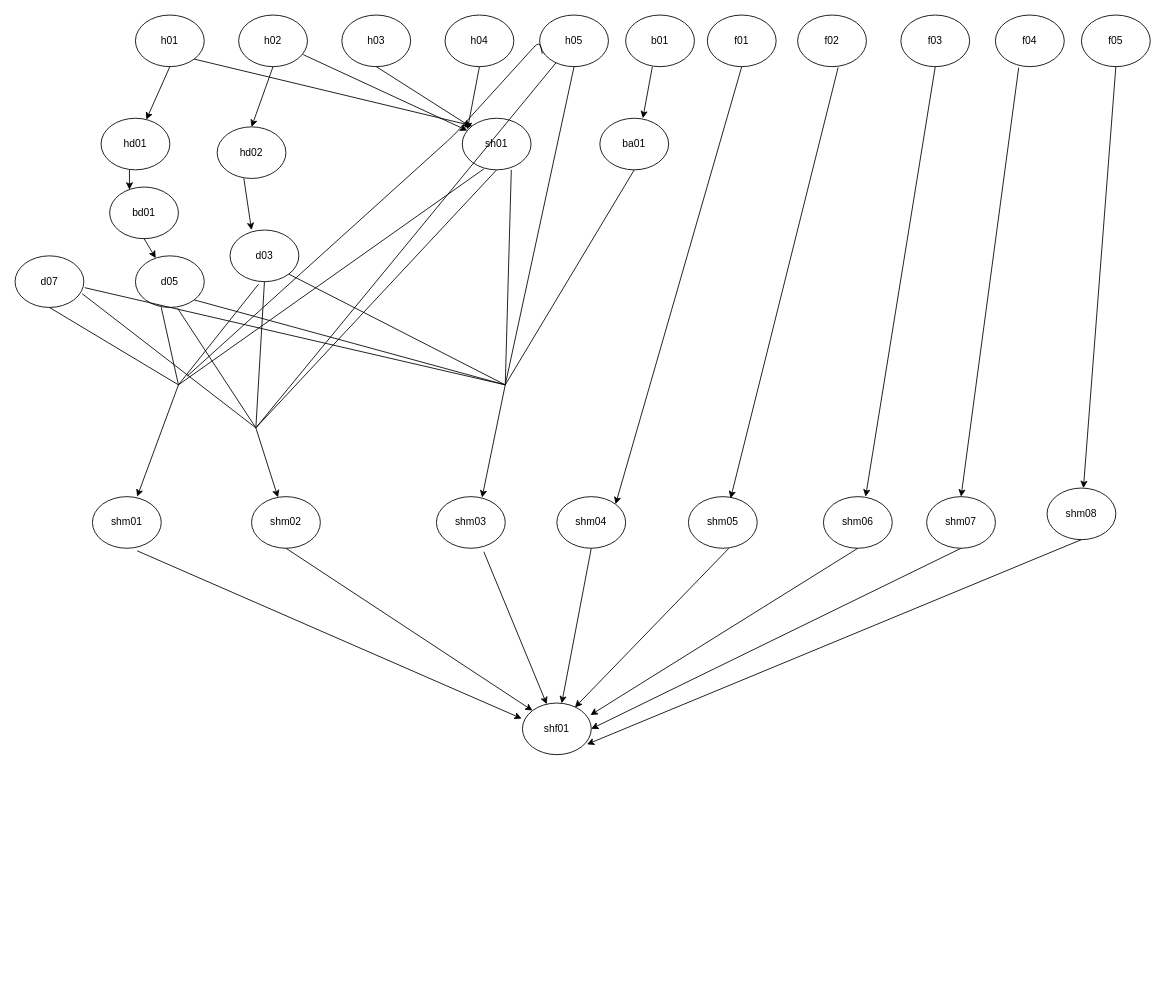
Before: tasktreenode.drawio in gebifeixiang/investment, a draw.io diagram. Source tidied: cells renumbered, new cells numbered last; positions are measured from the earlier drawing's top-left corner, leaving out a move shared by most shapes. Both pictures are drawn from the tidied source at 86%, with x=0, y=0 at pixel (15, 15).
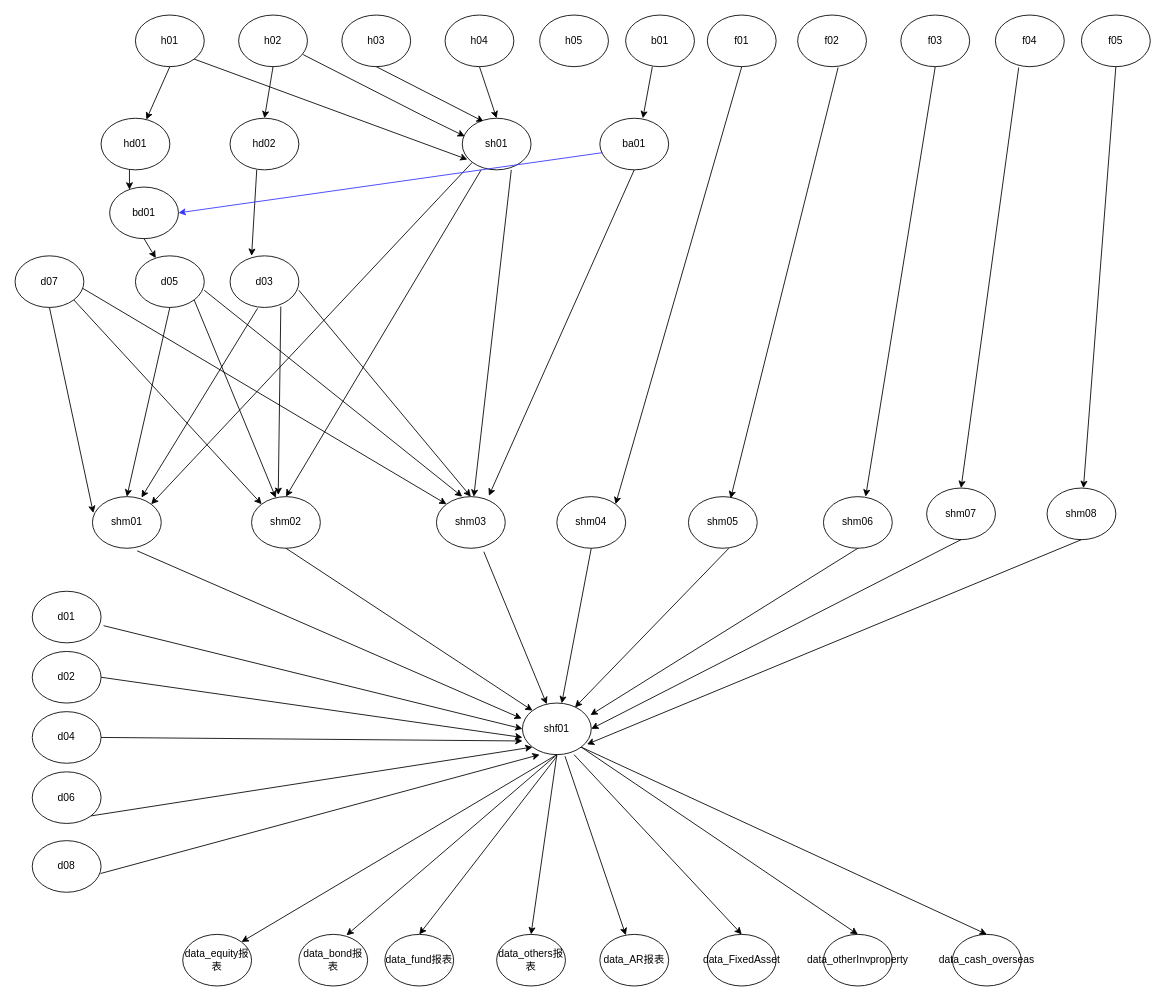
The same diagram, later.

The change refers to these unchanged cells:
```xml
<mxCell id="2" value="h04" style="ellipse;whiteSpace=wrap;html=1;" parent="1" vertex="1">
  <mxGeometry x="500" width="80" height="60" as="geometry" />
</mxCell>
<mxCell id="3" value="h01" style="ellipse;whiteSpace=wrap;html=1;" parent="1" vertex="1">
  <mxGeometry x="140" width="80" height="60" as="geometry" />
</mxCell>
<mxCell id="4" value="h02" style="ellipse;whiteSpace=wrap;html=1;" parent="1" vertex="1">
  <mxGeometry x="260" width="80" height="60" as="geometry" />
</mxCell>
<mxCell id="5" value="h03" style="ellipse;whiteSpace=wrap;html=1;" parent="1" vertex="1">
  <mxGeometry x="380" width="80" height="60" as="geometry" />
</mxCell>
<mxCell id="10" value="h05" style="ellipse;whiteSpace=wrap;html=1;" parent="1" vertex="1">
  <mxGeometry x="610" width="80" height="60" as="geometry" />
</mxCell>
<mxCell id="15" value="ba01" style="ellipse;whiteSpace=wrap;html=1;" parent="1" vertex="1">
  <mxGeometry x="680" y="120" width="80" height="60" as="geometry" />
</mxCell>
<mxCell id="18" value="shm03" style="ellipse;whiteSpace=wrap;html=1;" parent="1" vertex="1">
  <mxGeometry x="490" y="560" width="80" height="60" as="geometry" />
</mxCell>
<mxCell id="19" value="shm02" style="ellipse;whiteSpace=wrap;html=1;" parent="1" vertex="1">
  <mxGeometry x="275" y="560" width="80" height="60" as="geometry" />
</mxCell>
<mxCell id="20" value="shm01" style="ellipse;whiteSpace=wrap;html=1;" parent="1" vertex="1">
  <mxGeometry x="90" y="560" width="80" height="60" as="geometry" />
</mxCell>
<mxCell id="24" value="shf01" style="ellipse;whiteSpace=wrap;html=1;" parent="1" vertex="1">
  <mxGeometry x="590" y="800" width="80" height="60" as="geometry" />
</mxCell>
<mxCell id="33" value="d07" style="ellipse;whiteSpace=wrap;html=1;" parent="1" vertex="1">
  <mxGeometry y="280" width="80" height="60" as="geometry" />
</mxCell>
<mxCell id="35" value="sh01" style="ellipse;whiteSpace=wrap;html=1;" parent="1" vertex="1">
  <mxGeometry x="520" y="120" width="80" height="60" as="geometry" />
</mxCell>
<mxCell id="36" value="bd01" style="ellipse;whiteSpace=wrap;html=1;" parent="1" vertex="1">
  <mxGeometry x="110" y="200" width="80" height="60" as="geometry" />
</mxCell>
<mxCell id="37" value="d05" style="ellipse;whiteSpace=wrap;html=1;" parent="1" vertex="1">
  <mxGeometry x="140" y="280" width="80" height="60" as="geometry" />
</mxCell>
```

What changed in the source:
```diff
@@
     <mxCell id="13" value="hd02" style="ellipse;whiteSpace=wrap;html=1;" parent="1" vertex="1">
-      <mxGeometry x="235" y="130" width="80" height="60" as="geometry" />
+      <mxGeometry x="250" y="120" width="80" height="60" as="geometry" />
     </mxCell>
@@
     <mxCell id="22" value="shm07" style="ellipse;whiteSpace=wrap;html=1;" parent="1" vertex="1">
-      <mxGeometry x="1060" y="560" width="80" height="60" as="geometry" />
+      <mxGeometry x="1060" y="550" width="80" height="60" as="geometry" />
     </mxCell>
@@
-    <mxCell id="27" style="endArrow=classic;html=1;exitX=1;exitY=1;exitDx=0;exitDy=0;entryX=0;entryY=0;entryDx=0;entryDy=0;" parent="1" edge="1" source="3" target="35">
+    <mxCell id="27" style="endArrow=classic;html=1;exitX=1;exitY=1;exitDx=0;exitDy=0;entryX=0.075;entryY=0.8;entryDx=0;entryDy=0;entryPerimeter=0;" parent="1" edge="1" source="3" target="35">
       <mxGeometry relative="1" as="geometry" />
     </mxCell>
-    <mxCell id="28" style="endArrow=classic;html=1;exitX=0.938;exitY=0.767;exitDx=0;exitDy=0;exitPerimeter=0;" parent="1" edge="1" source="4" target="35">
-      <mxGeometry relative="1" as="geometry" />
+    <mxCell id="28" style="endArrow=classic;html=1;exitX=0.938;exitY=0.767;exitDx=0;exitDy=0;exitPerimeter=0;entryX=0.038;entryY=0.35;entryDx=0;entryDy=0;entryPerimeter=0;" parent="1" edge="1" source="4" target="35">
+      <mxGeometry relative="1" as="geometry">
+        <Array as="points">
+          <mxPoint x="480" y="120" />
+        </Array>
+      </mxGeometry>
     </mxCell>
-    <mxCell id="29" style="endArrow=classic;html=1;exitX=0.5;exitY=1;exitDx=0;exitDy=0;" parent="1" edge="1" source="5">
-      <mxGeometry relative="1" as="geometry">
-        <mxPoint x="530" y="130" as="targetPoint" />
-      </mxGeometry>
+    <mxCell id="29" style="endArrow=classic;html=1;exitX=0.5;exitY=1;exitDx=0;exitDy=0;entryX=0.313;entryY=0.067;entryDx=0;entryDy=0;entryPerimeter=0;" parent="1" edge="1" source="5" target="35">
+      <mxGeometry relative="1" as="geometry" />
     </mxCell>
@@
     <mxCell id="39" value="d03" style="ellipse;whiteSpace=wrap;html=1;" parent="1" vertex="1">
-      <mxGeometry x="250" y="250" width="80" height="60" as="geometry" />
+      <mxGeometry x="250" y="280" width="80" height="60" as="geometry" />
     </mxCell>
-    <mxCell id="40" style="endArrow=classic;html=1;exitX=0.388;exitY=1;exitDx=0;exitDy=0;exitPerimeter=0;" parent="1" edge="1" source="13">
-      <mxGeometry relative="1" as="geometry">
-        <mxPoint x="275" y="250" as="targetPoint" />
-      </mxGeometry>
+    <mxCell id="40" style="endArrow=classic;html=1;exitX=0.388;exitY=1;exitDx=0;exitDy=0;exitPerimeter=0;entryX=0.313;entryY=0;entryDx=0;entryDy=0;entryPerimeter=0;" parent="1" edge="1" source="13" target="39">
+      <mxGeometry relative="1" as="geometry" />
     </mxCell>
-    <mxCell id="41" style="endArrow=none;html=1;entryX=0.375;entryY=1;entryDx=0;entryDy=0;entryPerimeter=0;" parent="1" edge="1" target="37">
-      <mxGeometry relative="1" as="geometry">
-        <mxPoint x="190" y="430" as="sourcePoint" />
-      </mxGeometry>
-    </mxCell>
-    <mxCell id="42" style="endArrow=none;html=1;entryX=0.413;entryY=1.05;entryDx=0;entryDy=0;entryPerimeter=0;" parent="1" edge="1" target="39">
-      <mxGeometry relative="1" as="geometry">
-        <mxPoint x="190" y="430" as="sourcePoint" />
-      </mxGeometry>
-    </mxCell>
-    <mxCell id="43" style="endArrow=none;html=1;entryX=0.5;entryY=1;entryDx=0;entryDy=0;" parent="1" edge="1" target="33">
-      <mxGeometry relative="1" as="geometry">
-        <mxPoint x="190" y="430" as="sourcePoint" />
-      </mxGeometry>
-    </mxCell>
-    <mxCell id="44" style="endArrow=classic;html=1;entryX=0.65;entryY=0;entryDx=0;entryDy=0;entryPerimeter=0;" parent="1" edge="1" target="20">
-      <mxGeometry relative="1" as="geometry">
-        <mxPoint x="190" y="430" as="sourcePoint" />
-      </mxGeometry>
-    </mxCell>
-    <mxCell id="45" style="endArrow=none;html=1;entryX=0.313;entryY=0.983;entryDx=0;entryDy=0;entryPerimeter=0;" parent="1" edge="1" target="35">
-      <mxGeometry relative="1" as="geometry">
-        <mxPoint x="190" y="430" as="sourcePoint" />
-      </mxGeometry>
-    </mxCell>
-    <mxCell id="46" style="endArrow=none;html=1;entryX=0.975;entryY=0.733;entryDx=0;entryDy=0;entryPerimeter=0;" parent="1" edge="1" target="33">
-      <mxGeometry relative="1" as="geometry">
-        <mxPoint x="280" y="480" as="sourcePoint" />
-      </mxGeometry>
-    </mxCell>
-    <mxCell id="47" style="endArrow=none;html=1;entryX=0.613;entryY=1.017;entryDx=0;entryDy=0;entryPerimeter=0;" parent="1" edge="1" target="37">
-      <mxGeometry relative="1" as="geometry">
-        <mxPoint x="280" y="480" as="sourcePoint" />
-      </mxGeometry>
-    </mxCell>
-    <mxCell id="48" style="endArrow=none;html=1;entryX=0.5;entryY=1;entryDx=0;entryDy=0;" parent="1" edge="1" target="39">
-      <mxGeometry relative="1" as="geometry">
-        <mxPoint x="280" y="480" as="sourcePoint" />
-      </mxGeometry>
-    </mxCell>
-    <mxCell id="49" style="endArrow=none;html=1;entryX=0.5;entryY=1;entryDx=0;entryDy=0;" parent="1" edge="1" target="35">
-      <mxGeometry relative="1" as="geometry">
-        <mxPoint x="280" y="480" as="sourcePoint" />
-      </mxGeometry>
-    </mxCell>
-    <mxCell id="50" style="endArrow=classic;html=1;" parent="1" edge="1" target="19">
-      <mxGeometry relative="1" as="geometry">
-        <mxPoint x="280" y="480" as="sourcePoint" />
-      </mxGeometry>
-    </mxCell>
-    <mxCell id="51" style="endArrow=none;html=1;entryX=0.5;entryY=1;entryDx=0;entryDy=0;" parent="1" edge="1" target="15">
-      <mxGeometry relative="1" as="geometry">
-        <mxPoint x="570" y="430" as="sourcePoint" />
-      </mxGeometry>
-    </mxCell>
-    <mxCell id="52" style="endArrow=none;html=1;entryX=0.713;entryY=1;entryDx=0;entryDy=0;entryPerimeter=0;" parent="1" edge="1" target="35">
-      <mxGeometry relative="1" as="geometry">
-        <mxPoint x="570" y="430" as="sourcePoint" />
-      </mxGeometry>
-    </mxCell>
-    <mxCell id="53" style="endArrow=none;html=1;entryX=1;entryY=1;entryDx=0;entryDy=0;" parent="1" edge="1" target="39">
-      <mxGeometry relative="1" as="geometry">
-        <mxPoint x="570" y="430" as="sourcePoint" />
-      </mxGeometry>
-    </mxCell>
-    <mxCell id="54" style="endArrow=none;html=1;entryX=1;entryY=1;entryDx=0;entryDy=0;" parent="1" edge="1" target="37">
-      <mxGeometry relative="1" as="geometry">
-        <mxPoint x="570" y="430" as="sourcePoint" />
-      </mxGeometry>
-    </mxCell>
-    <mxCell id="55" style="endArrow=none;html=1;entryX=1.013;entryY=0.617;entryDx=0;entryDy=0;entryPerimeter=0;" parent="1" edge="1" target="33">
-      <mxGeometry relative="1" as="geometry">
-        <mxPoint x="570" y="430" as="sourcePoint" />
-      </mxGeometry>
-    </mxCell>
@@
-    <mxCell id="66" style="endArrow=none;html=1;entryX=0.5;entryY=1;entryDx=0;entryDy=0;" parent="1" edge="1" target="10">
-      <mxGeometry relative="1" as="geometry">
-        <mxPoint x="570" y="430" as="sourcePoint" />
-      </mxGeometry>
-    </mxCell>
-    <mxCell id="67" style="endArrow=none;html=1;" parent="1" edge="1" target="10">
-      <mxGeometry relative="1" as="geometry">
-        <mxPoint x="280" y="480" as="sourcePoint" />
-      </mxGeometry>
-    </mxCell>
-    <mxCell id="68" style="endArrow=none;html=1;entryX=0.038;entryY=0.75;entryDx=0;entryDy=0;entryPerimeter=0;" parent="1" edge="1" target="10">
-      <mxGeometry relative="1" as="geometry">
-        <mxPoint x="200" y="420" as="sourcePoint" />
-        <Array as="points">
-          <mxPoint x="510" y="140" />
-          <mxPoint x="610" y="30" />
-        </Array>
-      </mxGeometry>
-    </mxCell>
-    <mxCell id="69" style="endArrow=classic;html=1;exitX=0.5;exitY=1;exitDx=0;exitDy=0;entryX=0.075;entryY=0.217;entryDx=0;entryDy=0;entryPerimeter=0;" parent="1" edge="1" source="2" target="35">
+    <mxCell id="69" style="endArrow=classic;html=1;exitX=0.5;exitY=1;exitDx=0;exitDy=0;entryX=0.5;entryY=0;entryDx=0;entryDy=0;" parent="1" edge="1" source="2" target="35">
       <mxGeometry relative="1" as="geometry" />
     </mxCell>
-    <mxCell id="70" style="endArrow=classic;html=1;entryX=0.663;entryY=0.017;entryDx=0;entryDy=0;entryPerimeter=0;" parent="1" edge="1" target="18">
-      <mxGeometry relative="1" as="geometry">
-        <mxPoint x="570" y="430" as="sourcePoint" />
-      </mxGeometry>
-    </mxCell>
@@
+    <mxCell id="72" style="endArrow=classic;html=1;exitX=0.5;exitY=1;exitDx=0;exitDy=0;entryX=0.013;entryY=0.317;entryDx=0;entryDy=0;entryPerimeter=0;" parent="1" edge="1" source="33" target="20">
+      <mxGeometry relative="1" as="geometry" />
+    </mxCell>
+    <mxCell id="73" style="endArrow=classic;html=1;exitX=1;exitY=1;exitDx=0;exitDy=0;entryX=0;entryY=0;entryDx=0;entryDy=0;" parent="1" edge="1" source="33" target="19">
+      <mxGeometry relative="1" as="geometry" />
+    </mxCell>
+    <mxCell id="74" style="endArrow=classic;html=1;exitX=0.988;exitY=0.633;exitDx=0;exitDy=0;exitPerimeter=0;entryX=0;entryY=0;entryDx=0;entryDy=0;" parent="1" edge="1" source="33" target="18">
+      <mxGeometry relative="1" as="geometry" />
+    </mxCell>
+    <mxCell id="75" style="endArrow=classic;html=1;exitX=0;exitY=1;exitDx=0;exitDy=0;entryX=1;entryY=0;entryDx=0;entryDy=0;" parent="1" edge="1" source="35" target="20">
+      <mxGeometry relative="1" as="geometry" />
+    </mxCell>
+    <mxCell id="76" style="endArrow=classic;html=1;entryX=0.5;entryY=0;entryDx=0;entryDy=0;" parent="1" edge="1" target="19">
+      <mxGeometry relative="1" as="geometry">
+        <mxPoint x="542" y="180" as="sourcePoint" />
+      </mxGeometry>
+    </mxCell>
+    <mxCell id="77" style="endArrow=classic;html=1;exitX=0.713;exitY=1;exitDx=0;exitDy=0;exitPerimeter=0;" parent="1" edge="1" source="35" target="18">
+      <mxGeometry relative="1" as="geometry" />
+    </mxCell>
+    <mxCell id="78" style="endArrow=classic;html=1;exitX=0.5;exitY=1;exitDx=0;exitDy=0;entryX=0.5;entryY=0;entryDx=0;entryDy=0;" parent="1" edge="1" source="37" target="20">
+      <mxGeometry relative="1" as="geometry" />
+    </mxCell>
+    <mxCell id="79" style="endArrow=classic;html=1;exitX=1;exitY=1;exitDx=0;exitDy=0;" parent="1" edge="1" source="37" target="19">
+      <mxGeometry relative="1" as="geometry" />
+    </mxCell>
+    <mxCell id="80" style="endArrow=classic;html=1;entryX=0.375;entryY=0;entryDx=0;entryDy=0;entryPerimeter=0;" parent="1" edge="1" target="18">
+      <mxGeometry relative="1" as="geometry">
+        <mxPoint x="220" y="320" as="sourcePoint" />
+      </mxGeometry>
+    </mxCell>
+    <mxCell id="81" style="endArrow=classic;html=1;exitX=0.4;exitY=1.017;exitDx=0;exitDy=0;exitPerimeter=0;entryX=0.713;entryY=0.017;entryDx=0;entryDy=0;entryPerimeter=0;" parent="1" edge="1" source="39" target="20">
+      <mxGeometry relative="1" as="geometry" />
+    </mxCell>
+    <mxCell id="82" style="endArrow=classic;html=1;exitX=1;exitY=0.667;exitDx=0;exitDy=0;exitPerimeter=0;" parent="1" edge="1" source="39">
+      <mxGeometry relative="1" as="geometry">
+        <mxPoint x="530" y="560" as="targetPoint" />
+      </mxGeometry>
+    </mxCell>
+    <mxCell id="83" style="endArrow=classic;html=1;exitX=0.738;exitY=0.983;exitDx=0;exitDy=0;exitPerimeter=0;entryX=0.388;entryY=-0.033;entryDx=0;entryDy=0;entryPerimeter=0;" parent="1" edge="1" source="39" target="19">
+      <mxGeometry relative="1" as="geometry" />
+    </mxCell>
+    <mxCell id="84" style="endArrow=classic;html=1;exitX=0.5;exitY=1;exitDx=0;exitDy=0;" parent="1" edge="1" source="15">
+      <mxGeometry relative="1" as="geometry">
+        <mxPoint x="551" y="559" as="targetPoint" />
+      </mxGeometry>
+    </mxCell>
+    <mxCell id="85" style="endArrow=classic;html=1;exitX=0.038;exitY=0.667;exitDx=0;exitDy=0;exitPerimeter=0;entryX=1;entryY=0.5;entryDx=0;entryDy=0;strokeColor=#3333FF;" parent="1" edge="1" source="15" target="36">
+      <mxGeometry relative="1" as="geometry" />
+    </mxCell>
+    <mxCell id="86" value="d01" style="ellipse;whiteSpace=wrap;html=1;" parent="1" vertex="1">
+      <mxGeometry x="20" y="670" width="80" height="60" as="geometry" />
+    </mxCell>
+    <mxCell id="87" value="d04" style="ellipse;whiteSpace=wrap;html=1;" parent="1" vertex="1">
+      <mxGeometry x="20" y="810" width="80" height="60" as="geometry" />
+    </mxCell>
+    <mxCell id="88" value="d02" style="ellipse;whiteSpace=wrap;html=1;" parent="1" vertex="1">
+      <mxGeometry x="20" y="740" width="80" height="60" as="geometry" />
+    </mxCell>
+    <mxCell id="89" value="d06" style="ellipse;whiteSpace=wrap;html=1;" parent="1" vertex="1">
+      <mxGeometry x="20" y="880" width="80" height="60" as="geometry" />
+    </mxCell>
+    <mxCell id="90" value="d08" style="ellipse;whiteSpace=wrap;html=1;" parent="1" vertex="1">
+      <mxGeometry x="20" y="960" width="80" height="60" as="geometry" />
+    </mxCell>
+    <mxCell id="91" style="endArrow=classic;html=1;strokeColor=#000000;exitX=1.037;exitY=0.667;exitDx=0;exitDy=0;exitPerimeter=0;entryX=0;entryY=0.5;entryDx=0;entryDy=0;" parent="1" edge="1" source="86" target="24">
+      <mxGeometry relative="1" as="geometry" />
+    </mxCell>
+    <mxCell id="92" style="endArrow=classic;html=1;strokeColor=#000000;exitX=1;exitY=0.5;exitDx=0;exitDy=0;entryX=0;entryY=0.667;entryDx=0;entryDy=0;entryPerimeter=0;" parent="1" edge="1" source="88" target="24">
+      <mxGeometry relative="1" as="geometry" />
+    </mxCell>
+    <mxCell id="93" style="endArrow=classic;html=1;strokeColor=#000000;exitX=1;exitY=1;exitDx=0;exitDy=0;entryX=0;entryY=1;entryDx=0;entryDy=0;" parent="1" edge="1" source="89" target="24">
+      <mxGeometry relative="1" as="geometry" />
+    </mxCell>
+    <mxCell id="94" style="endArrow=classic;html=1;strokeColor=#000000;exitX=0.993;exitY=0.637;exitDx=0;exitDy=0;exitPerimeter=0;entryX=0.25;entryY=1;entryDx=0;entryDy=0;entryPerimeter=0;" parent="1" edge="1" source="90" target="24">
+      <mxGeometry relative="1" as="geometry" />
+    </mxCell>
+    <mxCell id="95" value="data_equity报表" style="ellipse;whiteSpace=wrap;html=1;" parent="1" vertex="1">
+      <mxGeometry x="195" y="1069" width="80" height="60" as="geometry" />
+    </mxCell>
+    <mxCell id="96" value="data_bond报表" style="ellipse;whiteSpace=wrap;html=1;" parent="1" vertex="1">
+      <mxGeometry x="330" y="1069" width="80" height="60" as="geometry" />
+    </mxCell>
+    <mxCell id="97" value="data_fund报表" style="ellipse;whiteSpace=wrap;html=1;" parent="1" vertex="1">
+      <mxGeometry x="430" y="1069" width="80" height="60" as="geometry" />
+    </mxCell>
+    <mxCell id="98" value="data_others报表" style="ellipse;whiteSpace=wrap;html=1;" parent="1" vertex="1">
+      <mxGeometry x="560" y="1069" width="80" height="60" as="geometry" />
+    </mxCell>
+    <mxCell id="99" value="data_AR报表" style="ellipse;whiteSpace=wrap;html=1;" parent="1" vertex="1">
+      <mxGeometry x="680" y="1069" width="80" height="60" as="geometry" />
+    </mxCell>
+    <mxCell id="100" value="data_FixedAsset" style="ellipse;whiteSpace=wrap;html=1;" parent="1" vertex="1">
+      <mxGeometry x="805" y="1069" width="80" height="60" as="geometry" />
+    </mxCell>
+    <mxCell id="101" value="data_otherInvproperty" style="ellipse;whiteSpace=wrap;html=1;" parent="1" vertex="1">
+      <mxGeometry x="940" y="1069" width="80" height="60" as="geometry" />
+    </mxCell>
+    <mxCell id="102" value="data_cash_overseas" style="ellipse;whiteSpace=wrap;html=1;" parent="1" vertex="1">
+      <mxGeometry x="1090" y="1069" width="80" height="60" as="geometry" />
+    </mxCell>
+    <mxCell id="103" style="endArrow=classic;html=1;strokeColor=#000000;entryX=1;entryY=0;entryDx=0;entryDy=0;" parent="1" edge="1" target="95">
+      <mxGeometry relative="1" as="geometry">
+        <mxPoint x="630" y="860" as="sourcePoint" />
+      </mxGeometry>
+    </mxCell>
+    <mxCell id="104" style="endArrow=classic;html=1;strokeColor=#000000;exitX=1;exitY=0.5;exitDx=0;exitDy=0;entryX=0.001;entryY=0.735;entryDx=0;entryDy=0;entryPerimeter=0;" parent="1" edge="1" source="87" target="24">
+      <mxGeometry relative="1" as="geometry" />
+    </mxCell>
+    <mxCell id="105" style="endArrow=classic;html=1;strokeColor=#000000;exitX=0.5;exitY=1;exitDx=0;exitDy=0;entryX=0.692;entryY=0.017;entryDx=0;entryDy=0;entryPerimeter=0;" parent="1" edge="1" source="24" target="96">
+      <mxGeometry relative="1" as="geometry" />
+    </mxCell>
+    <mxCell id="106" style="endArrow=classic;html=1;strokeColor=#000000;entryX=0.5;entryY=0;entryDx=0;entryDy=0;" parent="1" edge="1" target="97">
+      <mxGeometry relative="1" as="geometry">
+        <mxPoint x="630" y="862" as="sourcePoint" />
+      </mxGeometry>
+    </mxCell>
+    <mxCell id="107" style="endArrow=classic;html=1;strokeColor=#000000;exitX=0.5;exitY=1;exitDx=0;exitDy=0;entryX=0.5;entryY=0;entryDx=0;entryDy=0;" parent="1" edge="1" source="24" target="98">
+      <mxGeometry relative="1" as="geometry" />
+    </mxCell>
+    <mxCell id="108" style="endArrow=classic;html=1;strokeColor=#000000;exitX=0.618;exitY=1.029;exitDx=0;exitDy=0;exitPerimeter=0;" parent="1" edge="1" source="24" target="99">
+      <mxGeometry relative="1" as="geometry" />
+    </mxCell>
+    <mxCell id="109" style="endArrow=classic;html=1;strokeColor=#000000;exitX=0.75;exitY=1;exitDx=0;exitDy=0;exitPerimeter=0;entryX=0.5;entryY=0;entryDx=0;entryDy=0;" parent="1" edge="1" source="24" target="100">
+      <mxGeometry relative="1" as="geometry" />
+    </mxCell>
+    <mxCell id="110" style="endArrow=classic;html=1;strokeColor=#000000;exitX=1;exitY=1;exitDx=0;exitDy=0;entryX=0.5;entryY=0;entryDx=0;entryDy=0;" parent="1" edge="1" source="24" target="101">
+      <mxGeometry relative="1" as="geometry" />
+    </mxCell>
+    <mxCell id="111" style="endArrow=classic;html=1;strokeColor=#000000;exitX=1;exitY=1;exitDx=0;exitDy=0;entryX=0.5;entryY=0;entryDx=0;entryDy=0;" parent="1" edge="1" source="24" target="102">
+      <mxGeometry relative="1" as="geometry" />
+    </mxCell>
```
